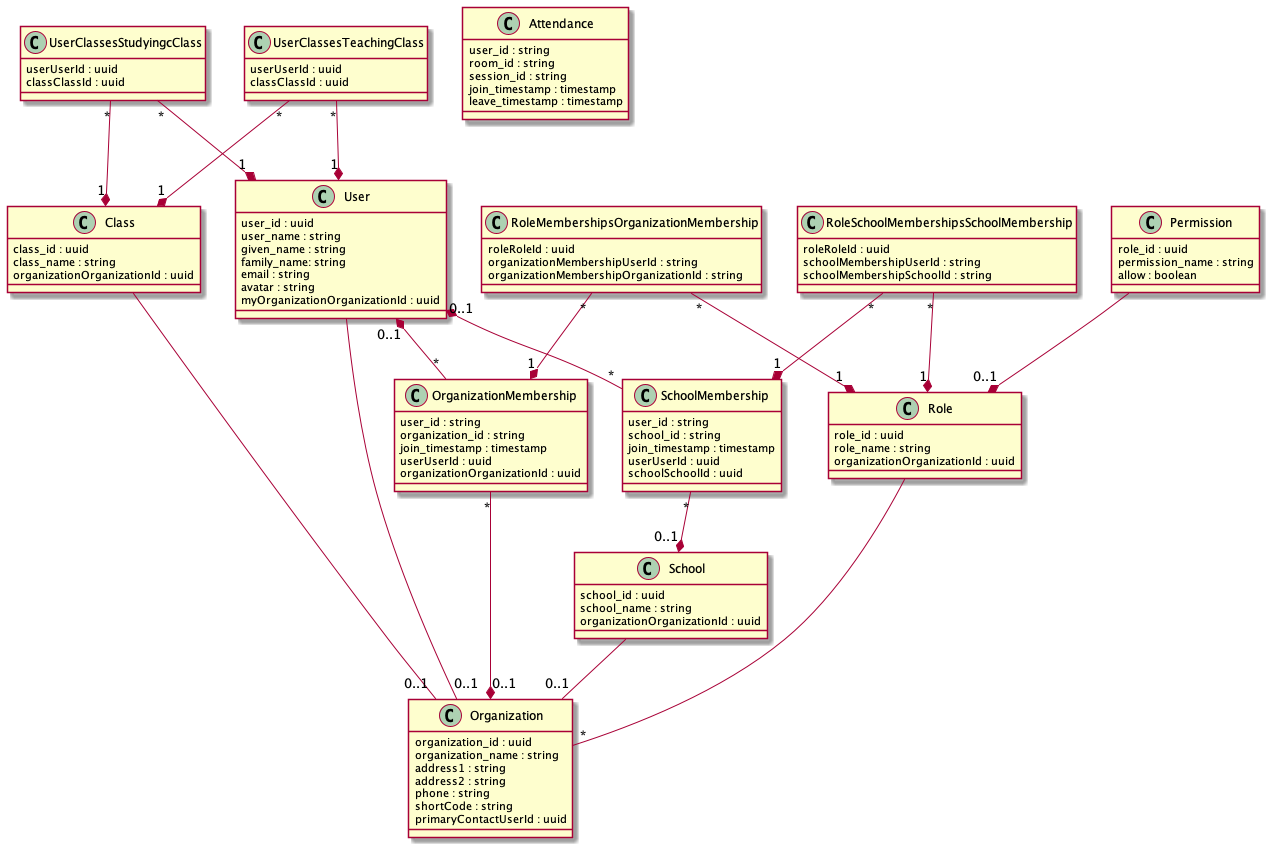
The PlantUML diagram documents/dbschema.png in Klasmart-Engineering/user-service, before a commit.
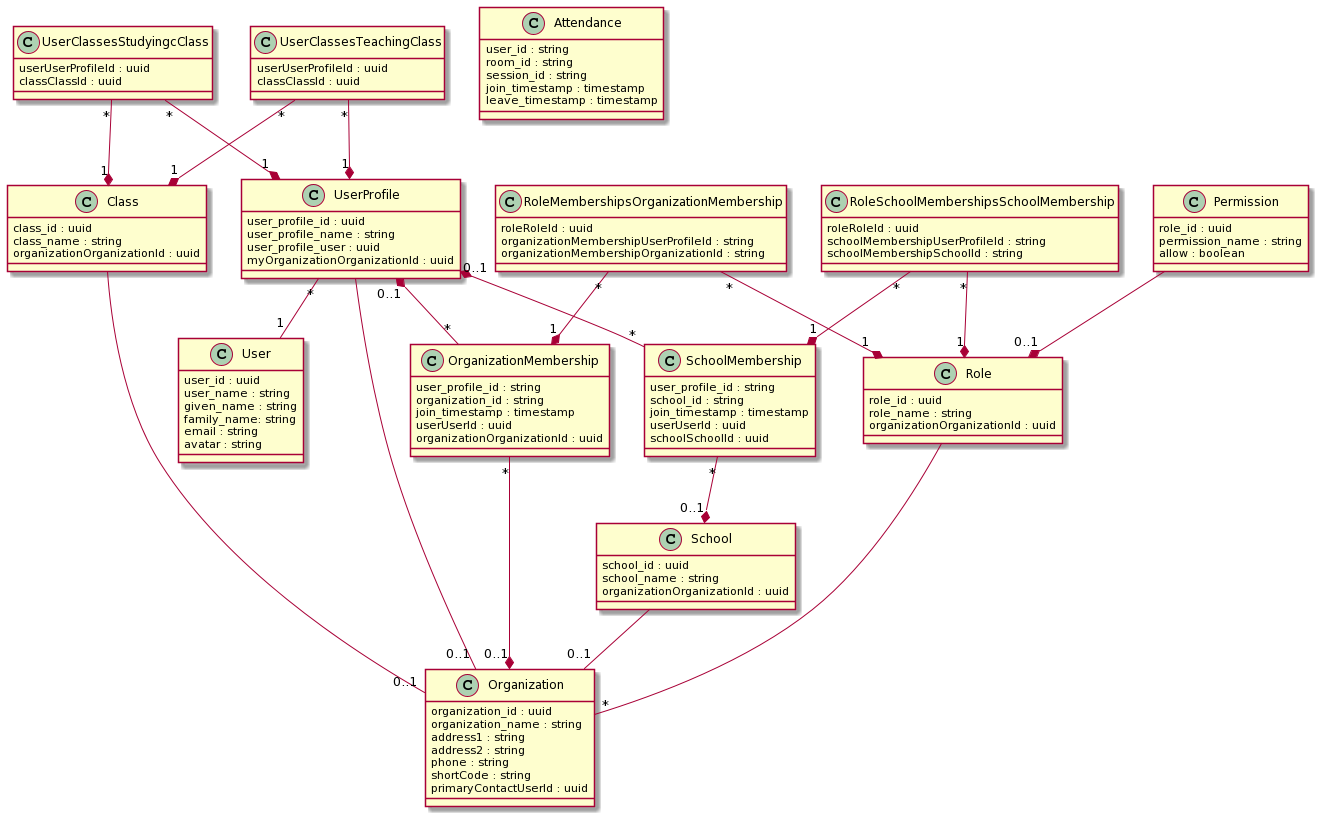
The same file after the commit.

Commit message:
Proposed changes to db relations

Diff of the diagram source:
```diff
@@ -6,7 +6,13 @@
   family_name: string
   email : string
   avatar : string
-  myOrganizationOrganizationId : uuid
+}
+
+class UserProfile{
+   user_profile_id : uuid
+   user_profile_name : string
+   user_profile_user : uuid
+   myOrganizationOrganizationId : uuid
 }
 
 class Class {
@@ -26,7 +32,7 @@
 }
 
 class OrganizationMembership {
-  user_id : string
+  user_profile_id : string
   organization_id : string
   join_timestamp : timestamp
   userUserId : uuid
@@ -52,7 +58,7 @@
 }
 
 class SchoolMembership {
-  user_id : string
+  user_profile_id : string
   school_id : string
   join_timestamp : timestamp
   userUserId : uuid
@@ -69,42 +75,42 @@
 
 class RoleMembershipsOrganizationMembership {
   roleRoleId : uuid
-  organizationMembershipUserId : string
+  organizationMembershipUserProfileId : string
   organizationMembershipOrganizationId : string
 }
 
 class RoleSchoolMembershipsSchoolMembership {
   roleRoleId : uuid
-  schoolMembershipUserId : string
+  schoolMembershipUserProfileId : string
   schoolMembershipSchoolId : string
 }
 
 class UserClassesStudyingcClass {
-  userUserId : uuid
+  userUserProfileId : uuid
   classClassId : uuid
 }
 
 class UserClassesTeachingClass {
-  userUserId : uuid
+  userUserProfileId : uuid
   classClassId : uuid
 }
 
 Role -- "*" Organization
-User -- "0..1" Organization
-User "0..1" *-- "*" OrganizationMembership
+UserProfile -- "0..1" Organization
+UserProfile "0..1" *-- "*" OrganizationMembership
+UserProfile "*" -- "1" User
 OrganizationMembership "*" --* "0..1" Organization
 Class -- "0..1" Organization
 Permission --* "0..1" Role
 School -- "0..1" Organization
-User "0..1" *-- "*" SchoolMembership
+UserProfile "0..1" *-- "*" SchoolMembership
 SchoolMembership "*" --* "0..1" School
 RoleMembershipsOrganizationMembership "*" --* "1" Role
 RoleMembershipsOrganizationMembership "*" --* "1" OrganizationMembership
 RoleSchoolMembershipsSchoolMembership "*" --* "1" Role
 RoleSchoolMembershipsSchoolMembership "*" --* "1" SchoolMembership
-UserClassesStudyingcClass "*" --* "1" User
+UserClassesStudyingcClass "*" --* "1" UserProfile
 UserClassesStudyingcClass "*" --* "1" Class
-UserClassesTeachingClass "*" --* "1" User
+UserClassesTeachingClass "*" --* "1" UserProfile
 UserClassesTeachingClass "*" --* "1" Class
-
 @enduml
```
